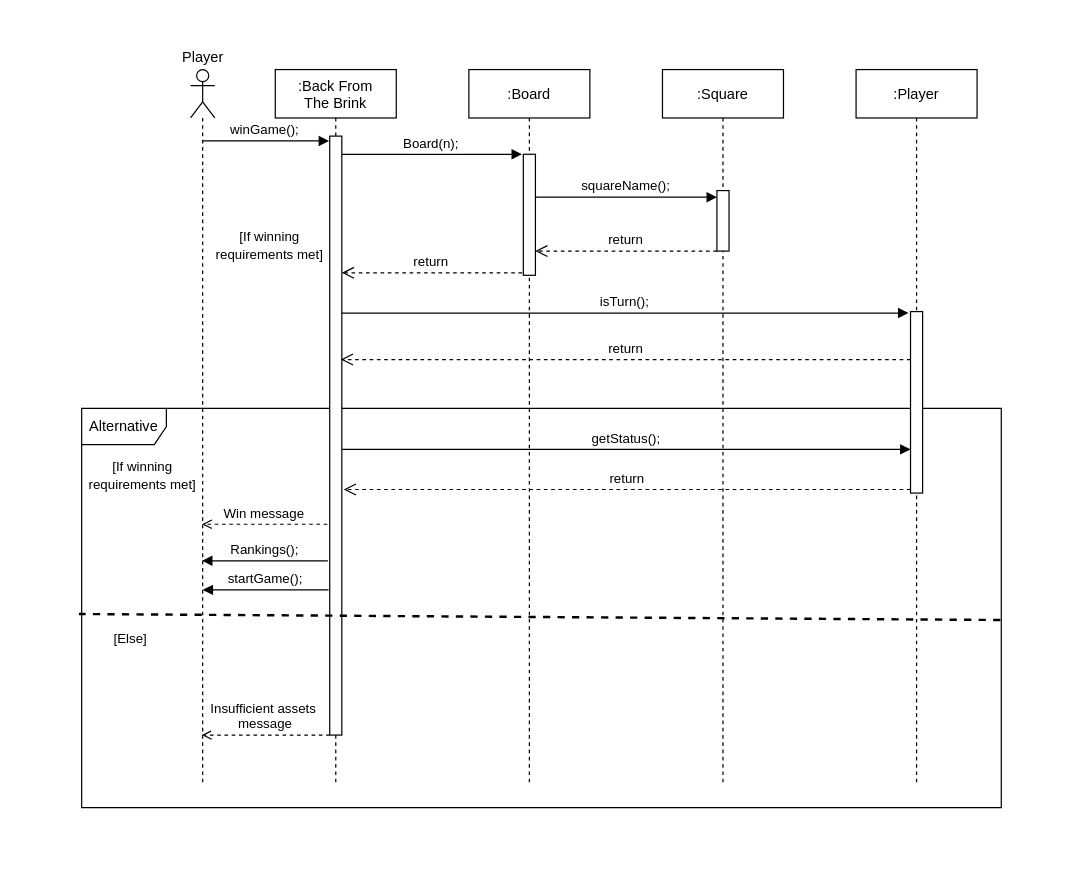
This is Documentation/Sequence Diagrams/Win Game SD (draft).drawio from cmcgarry5/csc2058-2021-g25, a draw.io file, before an edit. Source tidied: cells renumbered, new cells numbered last; positions are measured from the earlier drawing's top-left corner, leaving out a move shared by most shapes. Both pictures are drawn from the tidied source at 121%, with x=0, y=0 at pixel (81, 45).
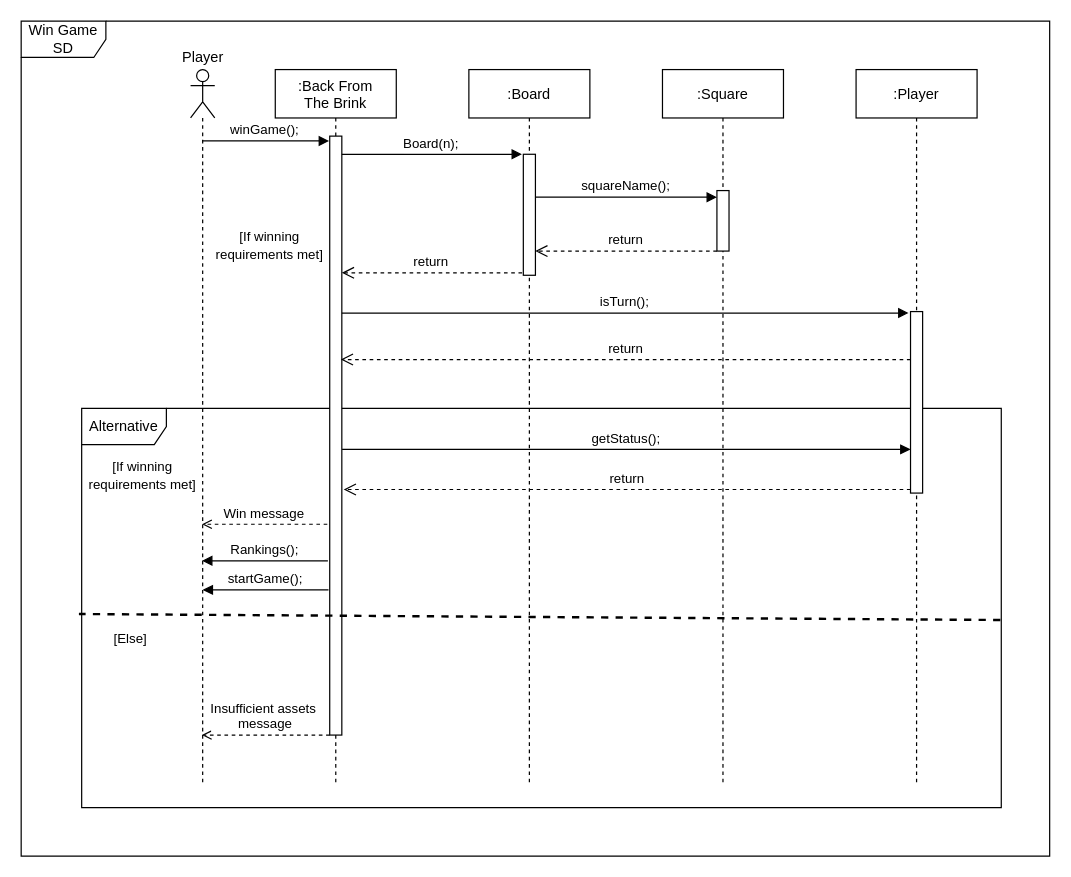
Above is the later version.

What changed in the source:
```diff
@@
+    <mxCell id="30" value="Win Game SD" style="shape=umlFrame;whiteSpace=wrap;html=1;width=70;height=30;" parent="1" vertex="1">
+      <mxGeometry x="-50" y="-20" width="850" height="690" as="geometry" />
+    </mxCell>
```
